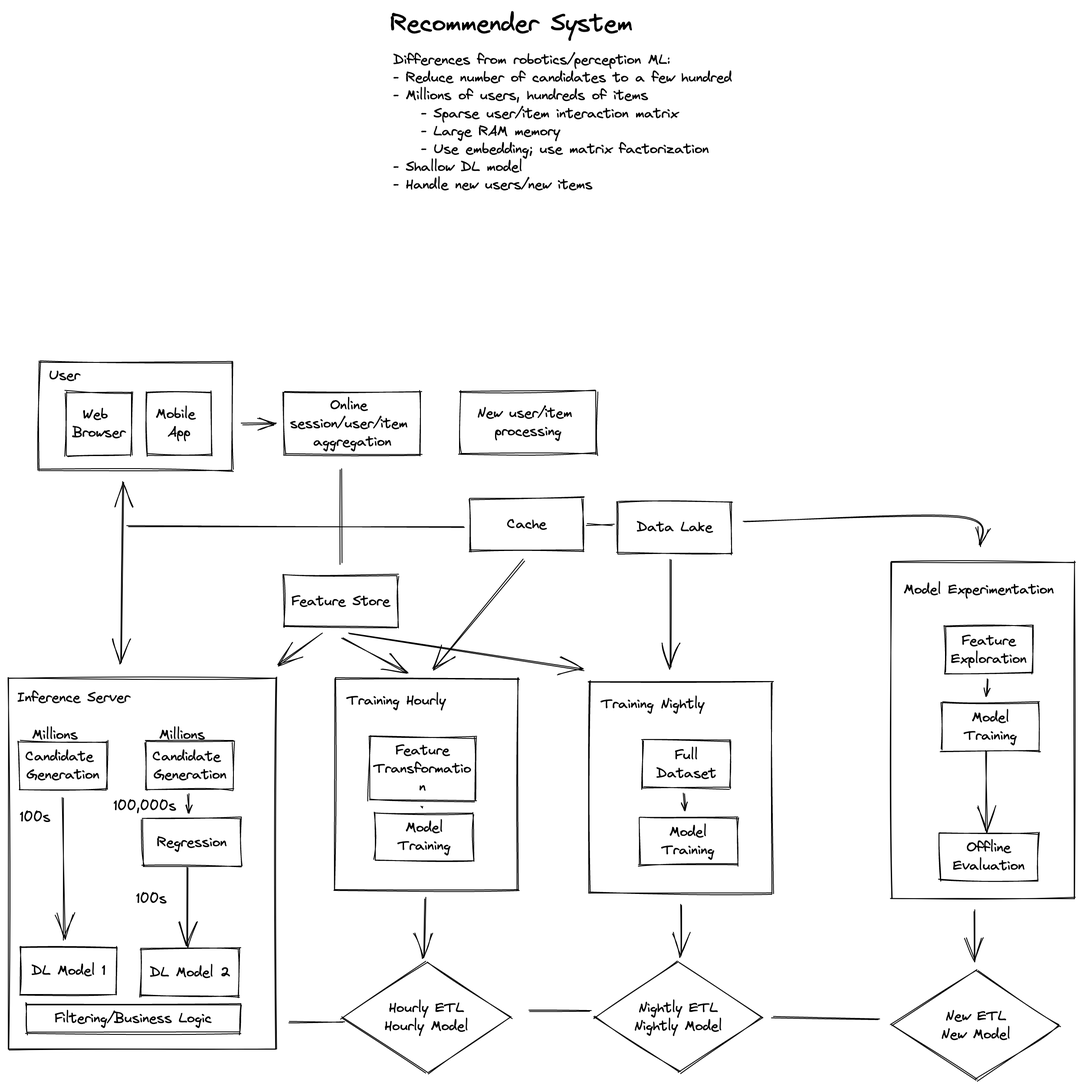
analytiq-hub/sigagent.github.io keeps this Excalidraw diagram as engineering_skills/diagrams/recommender_system.excalidraw.png. Above is the earlier version. Source tidied: one line per element, renumbered; positions are measured from the earlier drawing's top-left corner, leaving out a move shared by most shapes.
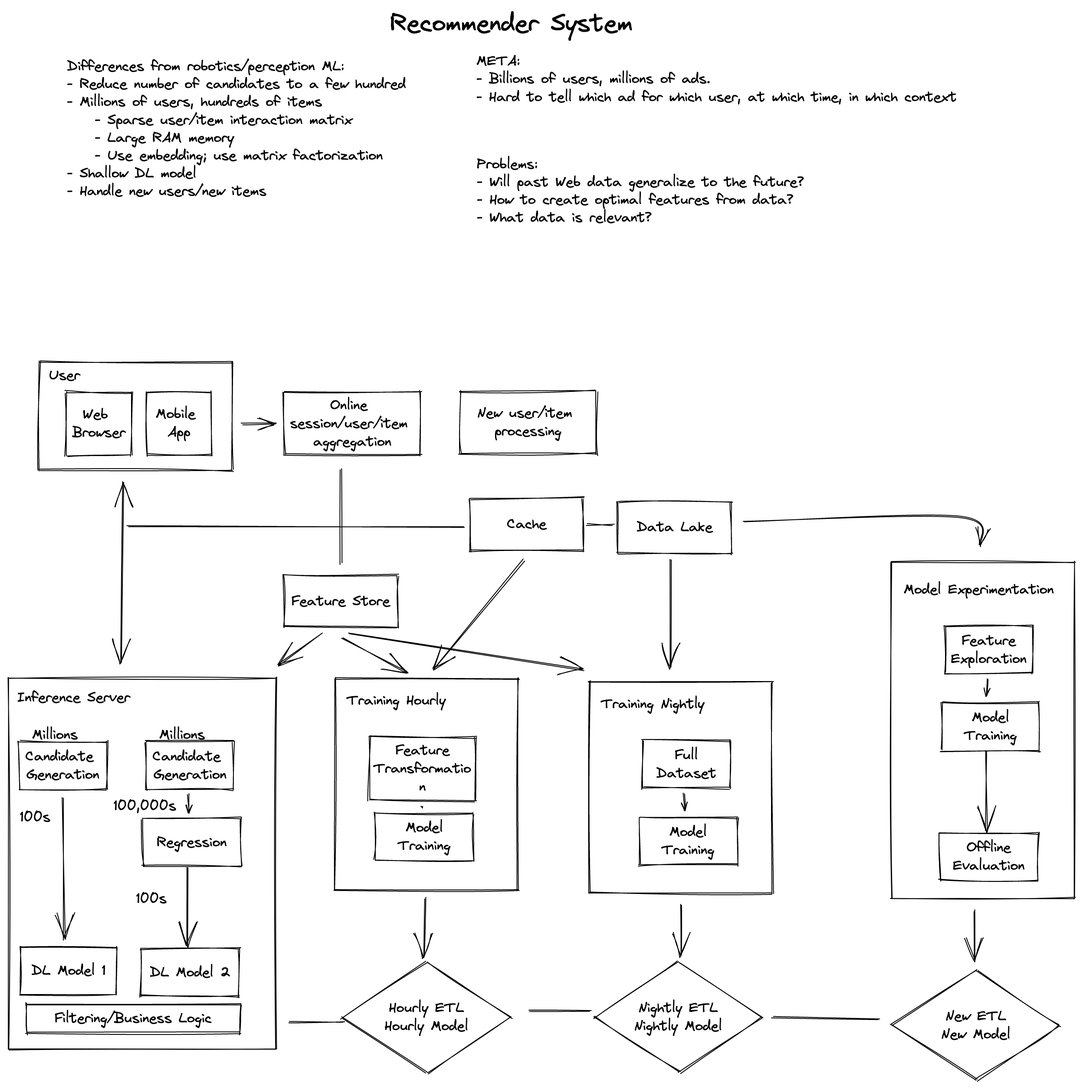
After the change.

Change to the diagram source:
```diff
@@ -1,5 +1,5 @@
 {"id": 0, "type": "text", "text": "Recommender System", "strokeColor": "#000000", "strokeWidth": 1, "roughness": 1, "fontSize": 28, "fontFamily": 1, "x": 440, "y": 0, "width": 280, "height": 36}
-{"id": 1, "type": "text", "text": "Differences from robotics/perception ML:\n- Reduce number of candidates to a few hundred\n- Millions of users, hundreds of items\n    - Sparse user/item interaction matrix\n    - Large RAM memory\n    - Use embedding; use matrix factorization\n- Shallow DL model\n- Handle new users/new items\n", "strokeColor": "#000000", "strokeWidth": 1, "roughness": 1, "fontSize": 16, "fontFamily": 1, "x": 443, "y": 49, "width": 390, "height": 185}
+{"id": 1, "type": "text", "text": "Differences from robotics/perception ML:\n- Reduce number of candidates to a few hundred\n- Millions of users, hundreds of items\n    - Sparse user/item interaction matrix\n    - Large RAM memory\n    - Use embedding; use matrix factorization\n- Shallow DL model\n- Handle new users/new items\n", "strokeColor": "#000000", "strokeWidth": 1, "roughness": 1, "fontSize": 16, "fontFamily": 1, "x": 67, "y": 57, "width": 390, "height": 185}
 {"id": 2, "type": "rectangle", "strokeColor": "#000000", "strokeWidth": 1, "roughness": 1, "x": 35, "y": 407, "width": 222, "height": 125}
 {"id": 3, "type": "text", "text": "User", "strokeColor": "#000000", "strokeWidth": 1, "roughness": 1, "fontSize": 16, "fontFamily": 1, "x": 46, "y": 413, "width": 37, "height": 21}
 {"id": 4, "type": "rectangle", "strokeColor": "#000000", "strokeWidth": 1, "roughness": 1, "x": 66, "y": 442, "width": 75, "height": 73}
@@ -85,3 +85,5 @@
 {"id": 84, "type": "arrow", "strokeColor": "#000000", "strokeWidth": 1, "roughness": 1, "endArrowhead": "arrow", "from": 31, "to": 66, "x": 385, "y": 725, "width": 74, "height": 39, "points": [[0, 0], [74, 39]]}
 {"id": 85, "type": "arrow", "strokeColor": "#000000", "strokeWidth": 1, "roughness": 1, "endArrowhead": "arrow", "from": 31, "to": 57, "x": 393, "y": 721, "width": 270, "height": 43, "points": [[0, 0], [270, 43]]}
 {"id": 86, "type": "arrow", "strokeColor": "#000000", "strokeWidth": 1, "roughness": 1, "endArrowhead": "arrow", "from": 33, "to": 66, "x": 594, "y": 635, "width": 104, "height": 126, "points": [[0, 0], [-104, 126]]}
+{"id": 87, "type": "text", "text": "META:\n- Billions of users, millions of ads. \n- Hard to tell which ad for which user, at which time, in which context", "strokeColor": "#000000", "strokeWidth": 1, "roughness": 1, "fontSize": 16, "fontFamily": 1, "x": 539, "y": 50, "width": 555, "height": 62}
+{"id": 88, "type": "text", "text": "Problems:\n- Will past Web data generalize to the future?\n- How to create optimal features from data?\n- What data is relevant?", "strokeColor": "#000000", "strokeWidth": 1, "roughness": 1, "fontSize": 16, "fontFamily": 1, "x": 540, "y": 170, "width": 377, "height": 82}
```
